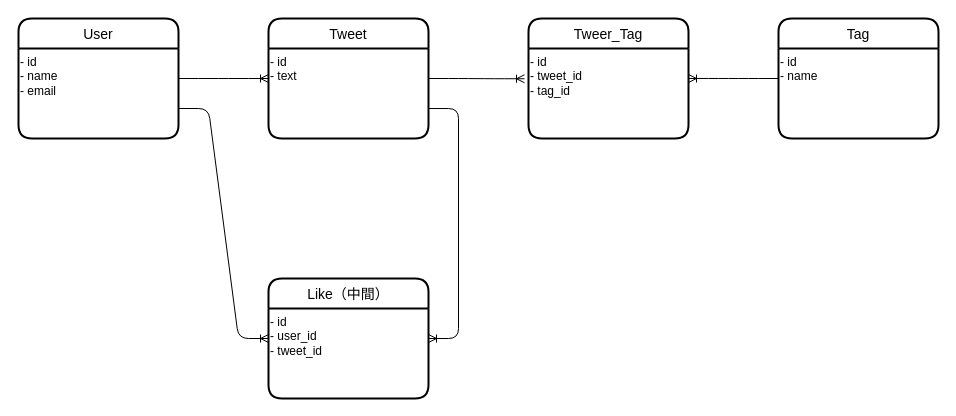
The draw.io diagram ER.drawio in mzw86020424/rails-mzw-001, before the edit. Source tidied: cells renumbered, new cells numbered last; positions are measured from the earlier drawing's top-left corner, leaving out a move shared by most shapes. Both pictures are drawn from the tidied source at 100%, with x=0, y=0 at pixel (18, 18).
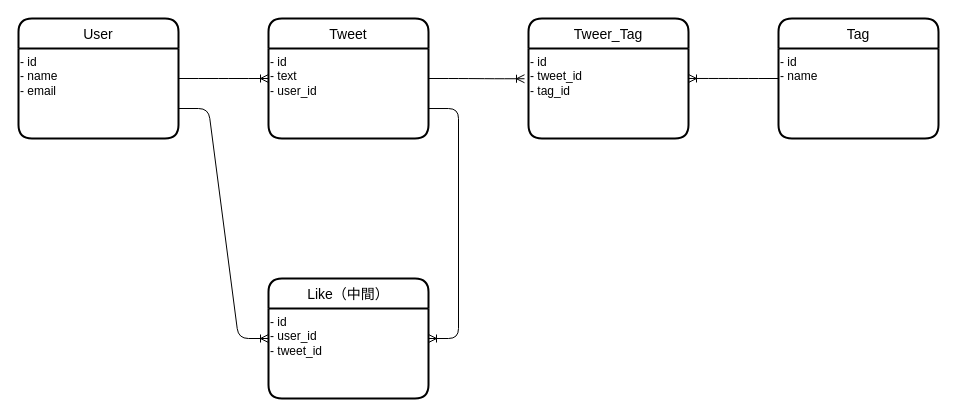
The same diagram, later.

What changed in the source:
```diff
@@
 <mxGraphModel>
   <root>
     <mxCell id="0" />
     <mxCell id="1" parent="0" />
     <mxCell id="2" value="User" style="swimlane;horizontal=1;startSize=30;rounded=1;fontSize=14;fontStyle=0;strokeWidth=2;shadow=0;dashed=0;align=center;" parent="1" vertex="1">
       <mxGeometry width="160" height="120" as="geometry" />
     </mxCell>
     <mxCell id="3" value="- id&lt;br&gt;- name&lt;br&gt;- email" style="text;html=1;align=left;verticalAlign=top;strokeColor=none;fillColor=none;" parent="2" vertex="1">
       <mxGeometry y="30" width="160" height="90" as="geometry" />
     </mxCell>
     <mxCell id="4" value="Tweet" style="swimlane;horizontal=1;startSize=30;rounded=1;fontSize=14;fontStyle=0;strokeWidth=2;shadow=0;dashed=0;align=center;" parent="1" vertex="1">
       <mxGeometry x="250" width="160" height="120" as="geometry" />
     </mxCell>
-    <mxCell id="5" value="- id&lt;br&gt;- text&lt;br&gt;" style="text;html=1;align=left;verticalAlign=top;points=[];strokeColor=none;fillColor=none;" parent="4" vertex="1">
+    <mxCell id="5" value="- id&lt;br&gt;- text&lt;br&gt;- user_id" style="text;html=1;align=left;verticalAlign=top;points=[];strokeColor=none;fillColor=none;" parent="4" vertex="1">
       <mxGeometry y="30" width="160" height="90" as="geometry" />
     </mxCell>
     <mxCell id="6" value="Like（中間）" style="swimlane;horizontal=1;startSize=30;rounded=1;fontSize=14;fontStyle=0;strokeWidth=2;shadow=0;dashed=0;align=center;" parent="1" vertex="1">
       <mxGeometry x="250" y="260" width="160" height="120" as="geometry" />
     </mxCell>
     <mxCell id="7" value="- id&lt;br&gt;- user_id&lt;br&gt;- tweet_id" style="text;html=1;align=left;verticalAlign=top;strokeColor=none;fillColor=none;" parent="6" vertex="1">
       <mxGeometry y="30" width="160" height="90" as="geometry" />
     </mxCell>
     <mxCell id="8" value="Tag" style="swimlane;horizontal=1;startSize=30;rounded=1;fontSize=14;fontStyle=0;strokeWidth=2;shadow=0;dashed=0;align=center;" parent="1" vertex="1">
       <mxGeometry x="760" width="160" height="120" as="geometry" />
     </mxCell>
     <mxCell id="9" value="- id&lt;br&gt;- name" style="text;html=1;align=left;verticalAlign=top;strokeColor=none;fillColor=none;horizontal=1;" parent="8" vertex="1">
       <mxGeometry y="30" width="160" height="90" as="geometry" />
     </mxCell>
     <mxCell id="10" style="edgeStyle=entityRelationEdgeStyle;fontSize=12;html=1;endArrow=ERoneToMany;exitX=1;exitY=0.5;exitDx=0;exitDy=0;entryX=0;entryY=0.5;entryDx=0;entryDy=0;" parent="1" edge="1" source="2" target="4">
       <mxGeometry relative="1" as="geometry" />
     </mxCell>
     <mxCell id="11" style="edgeStyle=entityRelationEdgeStyle;fontSize=12;html=1;endArrow=ERoneToMany;exitX=1;exitY=0.75;exitDx=0;exitDy=0;entryX=0;entryY=0.5;entryDx=0;entryDy=0;" parent="1" edge="1" source="2" target="6">
       <mxGeometry relative="1" as="geometry" />
     </mxCell>
     <mxCell id="12" style="edgeStyle=entityRelationEdgeStyle;fontSize=12;html=1;endArrow=ERoneToMany;entryX=1;entryY=0.5;entryDx=0;entryDy=0;exitX=1;exitY=0.667;exitDx=0;exitDy=0;exitPerimeter=0;" parent="1" edge="1" source="5" target="6">
       <mxGeometry relative="1" as="geometry" />
     </mxCell>
     <mxCell id="13" value="Tweer_Tag" style="swimlane;horizontal=1;startSize=30;rounded=1;fontSize=14;fontStyle=0;strokeWidth=2;shadow=0;dashed=0;align=center;" parent="1" vertex="1">
       <mxGeometry x="510" width="160" height="120" as="geometry" />
     </mxCell>
     <mxCell id="14" value="- id&lt;br&gt;- tweet_id&lt;br&gt;- tag_id" style="text;html=1;align=left;verticalAlign=top;points=[];strokeColor=none;fillColor=none;horizontal=1;" parent="13" vertex="1">
       <mxGeometry y="30" width="160" height="90" as="geometry" />
     </mxCell>
     <mxCell id="15" style="edgeStyle=entityRelationEdgeStyle;fontSize=12;html=1;endArrow=ERoneToMany;entryX=-0.025;entryY=0.336;entryDx=0;entryDy=0;entryPerimeter=0;" parent="1" edge="1" target="14">
       <mxGeometry relative="1" as="geometry">
         <mxPoint x="410" y="60" as="sourcePoint" />
       </mxGeometry>
     </mxCell>
     <mxCell id="16" style="edgeStyle=entityRelationEdgeStyle;fontSize=12;html=1;endArrow=ERoneToMany;exitX=0;exitY=0.5;exitDx=0;exitDy=0;entryX=1;entryY=0.333;entryDx=0;entryDy=0;entryPerimeter=0;" parent="1" edge="1" source="8" target="14">
       <mxGeometry relative="1" as="geometry" />
     </mxCell>
   </root>
 </mxGraphModel>
```
